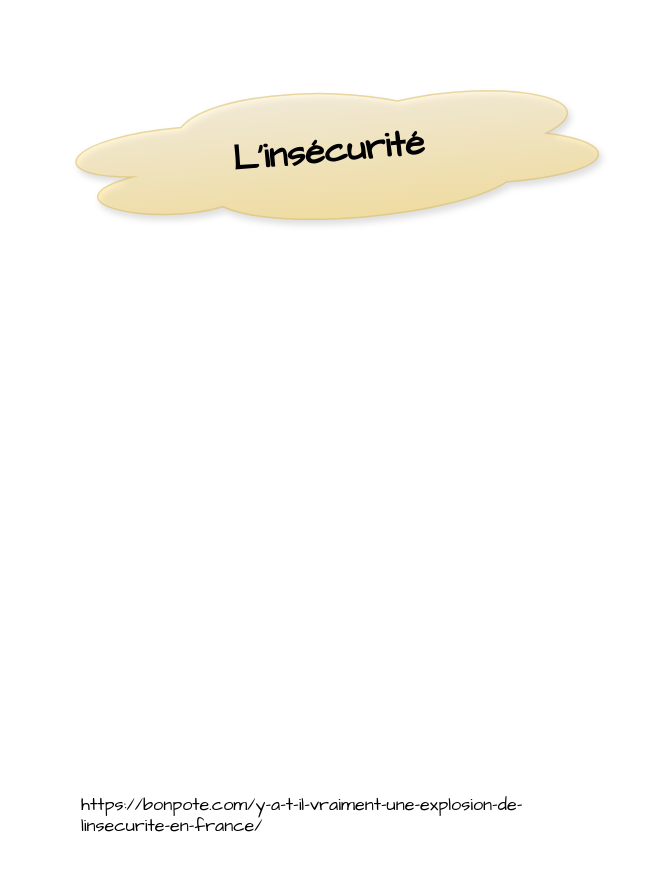
Before: drawio/A_Insecurite_2.drawio in bernard44600/cedbn, a draw.io diagram. Source tidied: cells renumbered, new cells numbered last; positions are measured from the earlier drawing's top-left corner, leaving out a move shared by most shapes. Both pictures are drawn from the tidied source at 150%, with x=0, y=0 at pixel (38, 76).
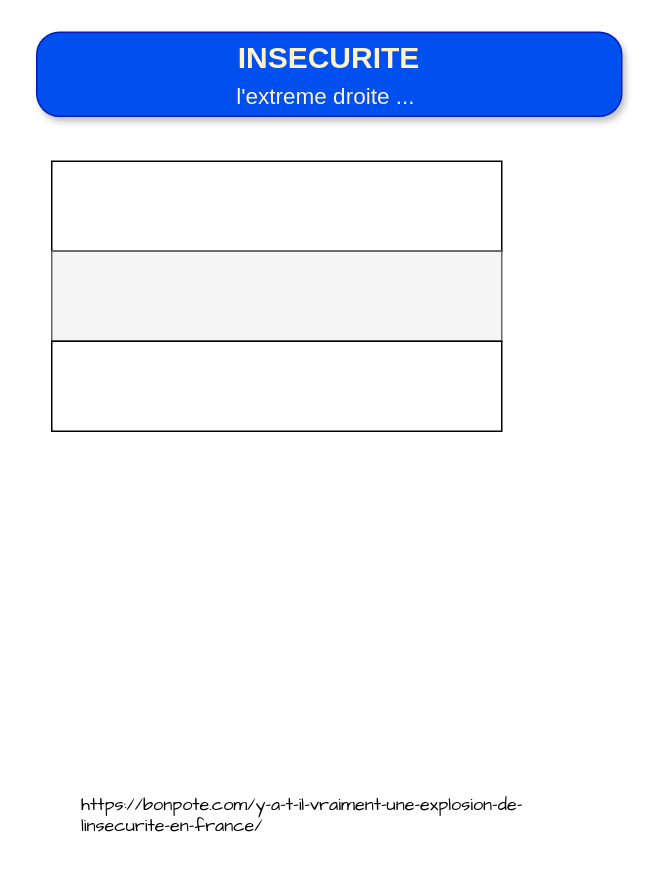
After the change.

The edit, as a diff of the source:
```diff
@@
 <mxGraphModel>
   <root>
     <mxCell id="0" />
     <mxCell id="1" parent="0" />
     <mxCell id="2" value="&lt;p&gt;https://bonpote.com/y-a-t-il-vraiment-une-explosion-de-linsecurite-en-france/&lt;/p&gt;" style="text;whiteSpace=wrap;html=1;fontFamily=Architects Daughter;" parent="1" vertex="1">
       <mxGeometry x="27" y="460" width="300" height="60" as="geometry" />
     </mxCell>
-    <mxCell id="3" value="L'insécurité" style="ellipse;shape=cloud;whiteSpace=wrap;html=1;perimeter=cloudPerimeter;fillColor=#fff2cc;strokeColor=#d6b656;opacity=50;opacityGroup=1;shadow=1;fontSize=24;fontFamily=Architects Daughter;rotation=-5;fontStyle=1;gradientColor=#ffd966;" parent="1" vertex="1">
-      <mxGeometry width="387.7" height="100" as="geometry" />
-    </mxCell>
+    <mxCell id="4" value="&lt;font face=&quot;Helvetica&quot;&gt;&lt;font style=&quot;font-weight: bold;&quot;&gt;INSECURITE&lt;br&gt;&lt;/font&gt;&lt;font style=&quot;font-size: 15px;&quot;&gt;l'extreme droite ...&amp;nbsp;&lt;/font&gt;&lt;/font&gt;" style="rounded=1;whiteSpace=wrap;html=1;fontSize=20;fillColor=#0050ef;strokeColor=#001DBC;fontColor=#FFF2CC;gradientColor=none;gradientDirection=north;roundedPerimeter=1;shadow=1;glass=0;multiple=0;fontFamily=Tahoma;labelBackgroundColor=none;arcSize=27;" parent="1" vertex="1">
+      <mxGeometry x="-1" y="-30" width="390" height="56" as="geometry" />
+    </mxCell>
+    <mxCell id="5" style="rounded=0;whiteSpace=wrap;html=1;fontFamily=Helvetica;fontSize=16;align=left;spacingLeft=2;" parent="1" vertex="1">
+      <mxGeometry x="9" y="56" width="300" height="60" as="geometry" />
+    </mxCell>
+    <mxCell id="6" style="rounded=0;whiteSpace=wrap;html=1;fontFamily=Helvetica;fontSize=16;align=left;fillColor=#f5f5f5;fontColor=#333333;strokeColor=#666666;spacingLeft=2;" parent="1" vertex="1">
+      <mxGeometry x="9" y="116" width="300" height="60" as="geometry" />
+    </mxCell>
+    <mxCell id="7" style="rounded=0;whiteSpace=wrap;html=1;fontFamily=Helvetica;fontSize=16;align=left;spacingLeft=2;" parent="1" vertex="1">
+      <mxGeometry x="9" y="176" width="300" height="60" as="geometry" />
+    </mxCell>
   </root>
 </mxGraphModel>
```
